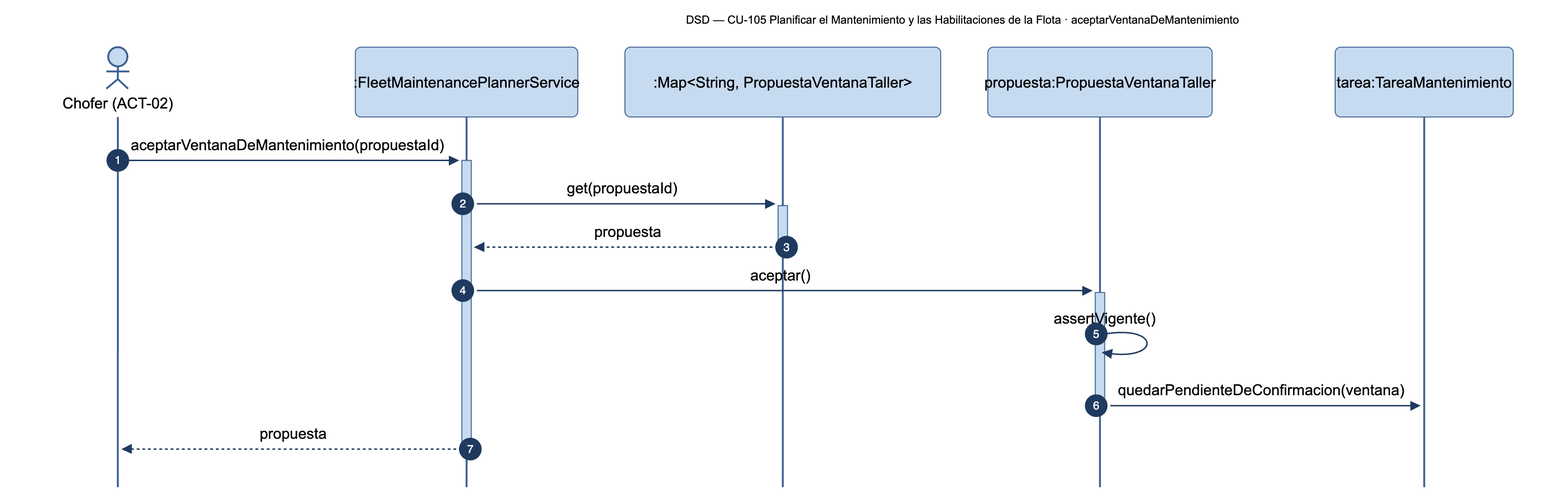
The Mermaid diagram diagramas/png/DSD_CU-105_aceptarVentanaDeMantenimiento.png in Nahuelito-Dev/splg-docs, before a commit. Its source is kept beside it as diagramas/DSD_CU-105_aceptarVentanaDeMantenimiento.mmd.
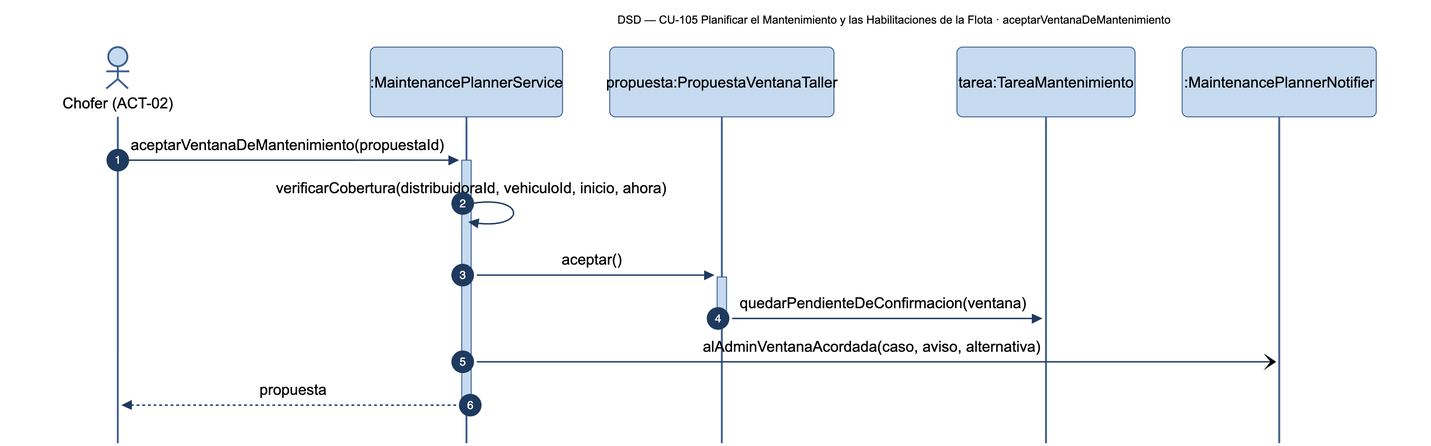
Above is the later version.

The edit, as a diff of the source:
```diff
@@ -2,16 +2,15 @@
     title DSD — CU-105 Planificar el Mantenimiento y las Habilitaciones de la Flota · aceptarVentanaDeMantenimiento
     autonumber
     actor CHF as Chofer (ACT-02)
-    participant PLN as :FleetMaintenancePlannerService
-    participant COL as :Map#lt;String, PropuestaVentanaTaller#gt;
+    participant MPS as :MaintenancePlannerService
     participant PRP as propuesta:PropuestaVentanaTaller
     participant TAR as tarea:TareaMantenimiento
+    participant MPN as :MaintenancePlannerNotifier
 
-    CHF->>+PLN: aceptarVentanaDeMantenimiento(propuestaId)
-    PLN->>+COL: get(propuestaId)
-    COL-->>-PLN: propuesta
-    PLN->>+PRP: aceptar()
-    PRP->>PRP: assertVigente()
+    CHF->>+MPS: aceptarVentanaDeMantenimiento(propuestaId)
+    MPS->>MPS: verificarCobertura(distribuidoraId, vehiculoId, inicio, ahora)
+    MPS->>+PRP: aceptar()
     PRP->>TAR: quedarPendienteDeConfirmacion(ventana)
     deactivate PRP
-    PLN-->>-CHF: propuesta
+    MPS-)MPN: alAdminVentanaAcordada(caso, aviso, alternativa)
+    MPS-->>-CHF: propuesta
```
